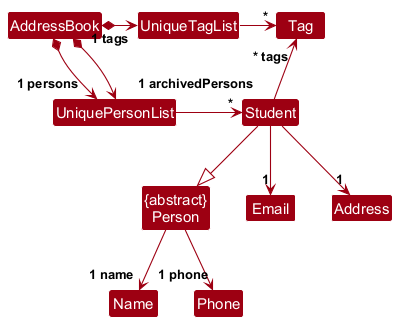
Above: docs/images/BetterModelClassDiagram.png in AY2627S1-CS2103T-F13-4/tp (PlantUML), before the change.
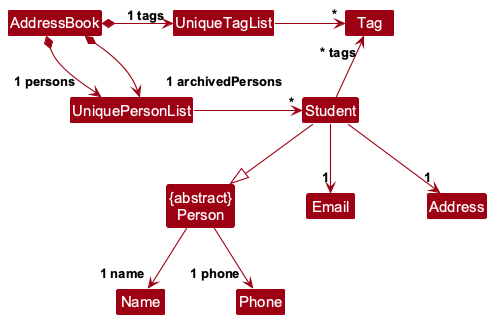
The same file after the commit.

Commit message:
Fix overlapping labels in two model diagrams and a stray class

Diff of the diagram source:
```diff
@@ -1,8 +1,10 @@
 @startuml
+skinparamlocked defaultFontName Arial
 !include style.puml
 skinparam arrowThickness 1.1
 skinparam arrowColor MODEL_COLOR
 skinparam classBackgroundColor MODEL_COLOR
+skinparam nodesep 70
 
 class "{abstract}\nPerson" as Person
 class Student
```
